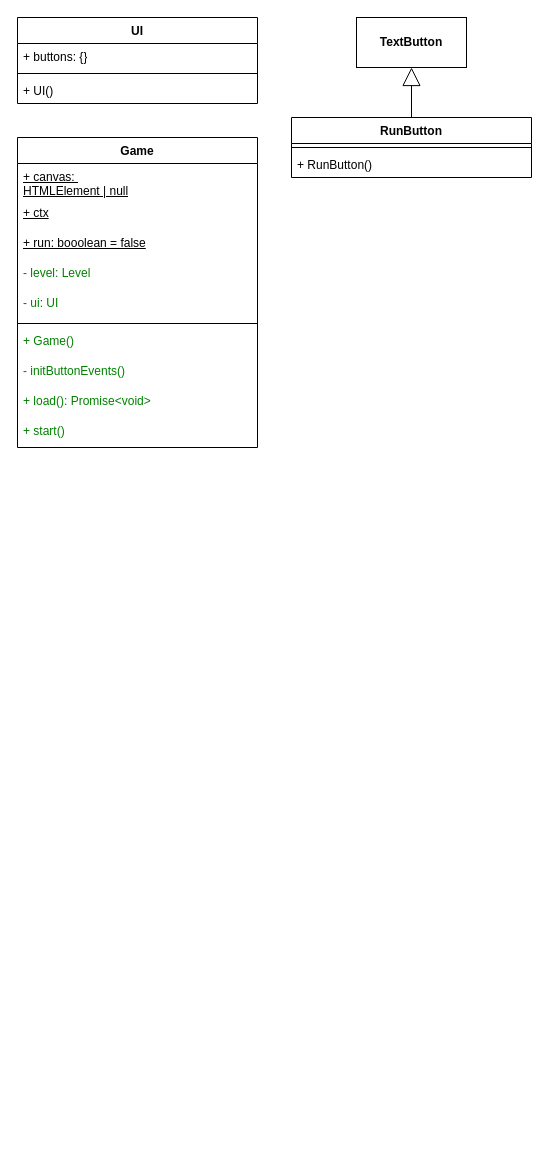
elma1989/el-pollo-loco keeps this draw.io diagram as docs/issue/122-diagram.drawio. Above is the earlier version. Source tidied: cells renumbered, new cells numbered last; positions are measured from the earlier drawing's top-left corner, leaving out a move shared by most shapes. Both pictures are drawn from the tidied source at 100%, with x=0, y=0 at pixel (17, 17).
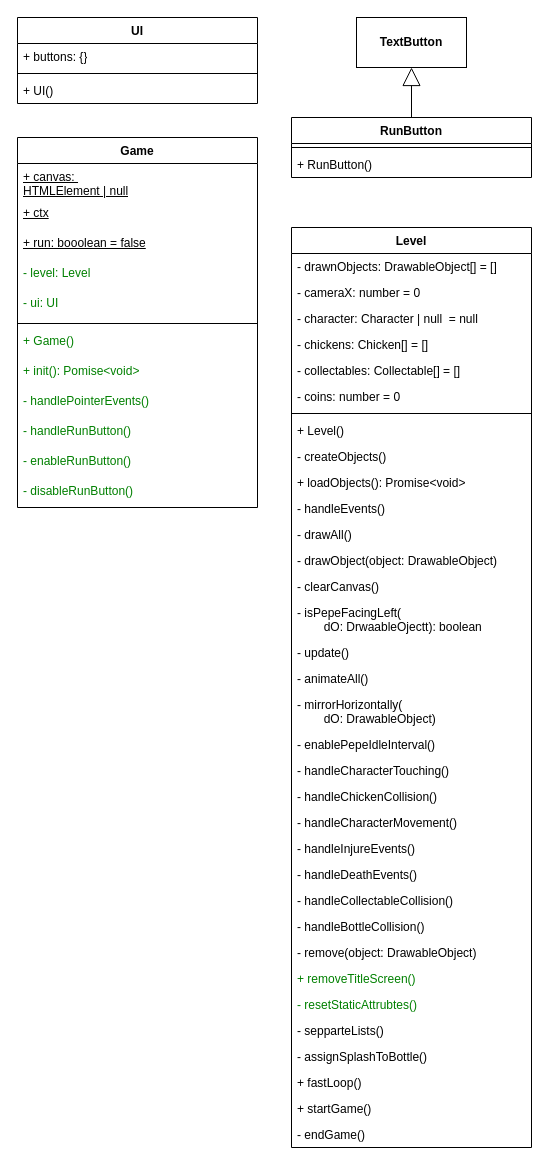
The same page after the edit.

Commit message (it also covers changes not shown here):
doc: Updated isssue 122 - Updated RunButton, Level, Game to current state

What changed in the source:
```diff
@@
     <mxCell id="11" value="Game" style="swimlane;fontStyle=1;align=center;verticalAlign=top;horizontal=1;startSize=26;whiteSpace=wrap;html=1;" parent="1" vertex="1">
-      <mxGeometry y="120" width="240" height="310" as="geometry" />
+      <mxGeometry y="120" width="240" height="370" as="geometry" />
     </mxCell>
@@
-    <mxCell id="19" value="- initButtonEvents()" style="text;strokeColor=none;fillColor=none;align=left;verticalAlign=top;spacingLeft=4;spacingRight=4;overflow=hidden;whiteSpace=wrap;html=1;fontStyle=0;fontColor=light-dark(#008000,#80FF80);" parent="11" vertex="1">
+    <mxCell id="19" value="+ init(): Pomise&amp;lt;void&amp;gt;" style="text;strokeColor=none;fillColor=none;align=left;verticalAlign=top;spacingLeft=4;spacingRight=4;overflow=hidden;whiteSpace=wrap;html=1;fontStyle=0;fontColor=light-dark(#008000,#80FF80);" parent="11" vertex="1">
       <mxGeometry y="220" width="240" height="30" as="geometry" />
     </mxCell>
-    <mxCell id="20" value="+ load(): Promise&amp;lt;void&amp;gt;" style="text;strokeColor=none;fillColor=none;align=left;verticalAlign=top;spacingLeft=4;spacingRight=4;overflow=hidden;whiteSpace=wrap;html=1;fontStyle=0;fontColor=light-dark(#008000,#80FF80);" parent="11" vertex="1">
-      <mxGeometry y="250" width="240" height="30" as="geometry" />
-    </mxCell>
-    <mxCell id="21" value="+ start()" style="text;strokeColor=none;fillColor=none;align=left;verticalAlign=top;spacingLeft=4;spacingRight=4;overflow=hidden;whiteSpace=wrap;html=1;fontStyle=0;fontColor=light-dark(#008000,#80FF80);" parent="11" vertex="1">
-      <mxGeometry y="280" width="240" height="30" as="geometry" />
-    </mxCell>
+    <mxCell id="22" value="- handlePointerEvents()" style="text;strokeColor=none;fillColor=none;align=left;verticalAlign=top;spacingLeft=4;spacingRight=4;overflow=hidden;whiteSpace=wrap;html=1;fontStyle=0;fontColor=light-dark(#008000,#80FF80);" parent="11" vertex="1">
+      <mxGeometry y="250" width="240" height="30" as="geometry" />
+    </mxCell>
+    <mxCell id="23" value="- handleRunButton()" style="text;strokeColor=none;fillColor=none;align=left;verticalAlign=top;spacingLeft=4;spacingRight=4;overflow=hidden;whiteSpace=wrap;html=1;fontStyle=0;fontColor=light-dark(#008000,#80FF80);" parent="11" vertex="1">
+      <mxGeometry y="280" width="240" height="30" as="geometry" />
+    </mxCell>
+    <mxCell id="24" value="- enableRunButton()" style="text;strokeColor=none;fillColor=none;align=left;verticalAlign=top;spacingLeft=4;spacingRight=4;overflow=hidden;whiteSpace=wrap;html=1;fontStyle=0;fontColor=light-dark(#008000,#80FF80);" parent="11" vertex="1">
+      <mxGeometry y="310" width="240" height="30" as="geometry" />
+    </mxCell>
+    <mxCell id="25" value="- disableRunButton()" style="text;strokeColor=none;fillColor=none;align=left;verticalAlign=top;spacingLeft=4;spacingRight=4;overflow=hidden;whiteSpace=wrap;html=1;fontStyle=0;fontColor=light-dark(#008000,#80FF80);" parent="11" vertex="1">
+      <mxGeometry y="340" width="240" height="30" as="geometry" />
+    </mxCell>
+    <mxCell id="26" value="Level" style="swimlane;fontStyle=1;align=center;verticalAlign=top;horizontal=1;startSize=26;whiteSpace=wrap;html=1;" parent="1" vertex="1">
+      <mxGeometry x="274" y="210" width="240" height="920" as="geometry" />
+    </mxCell>
+    <mxCell id="27" value="- drawnObjects: DrawableObject[] = []" style="text;strokeColor=none;fillColor=none;align=left;verticalAlign=top;spacingLeft=4;spacingRight=4;overflow=hidden;whiteSpace=wrap;html=1;" parent="26" vertex="1">
+      <mxGeometry y="26" width="240" height="26" as="geometry" />
+    </mxCell>
+    <mxCell id="28" value="- cameraX: number = 0" style="text;strokeColor=none;fillColor=none;align=left;verticalAlign=top;spacingLeft=4;spacingRight=4;overflow=hidden;whiteSpace=wrap;html=1;" parent="26" vertex="1">
+      <mxGeometry y="52" width="240" height="26" as="geometry" />
+    </mxCell>
+    <mxCell id="29" value="- character: Character | null&amp;nbsp; = null" style="text;strokeColor=none;fillColor=none;align=left;verticalAlign=top;spacingLeft=4;spacingRight=4;overflow=hidden;whiteSpace=wrap;html=1;" parent="26" vertex="1">
+      <mxGeometry y="78" width="240" height="26" as="geometry" />
+    </mxCell>
+    <mxCell id="30" value="- chickens: Chicken[] = []" style="text;strokeColor=none;fillColor=none;align=left;verticalAlign=top;spacingLeft=4;spacingRight=4;overflow=hidden;whiteSpace=wrap;html=1;" parent="26" vertex="1">
+      <mxGeometry y="104" width="240" height="26" as="geometry" />
+    </mxCell>
+    <mxCell id="31" value="- collectables: Collectable[] = []" style="text;strokeColor=none;fillColor=none;align=left;verticalAlign=top;spacingLeft=4;spacingRight=4;overflow=hidden;whiteSpace=wrap;html=1;fontColor=default;" parent="26" vertex="1">
+      <mxGeometry y="130" width="240" height="26" as="geometry" />
+    </mxCell>
+    <mxCell id="32" value="- coins: number = 0" style="text;strokeColor=none;fillColor=none;align=left;verticalAlign=top;spacingLeft=4;spacingRight=4;overflow=hidden;whiteSpace=wrap;html=1;fontColor=default;" parent="26" vertex="1">
+      <mxGeometry y="156" width="240" height="26" as="geometry" />
+    </mxCell>
+    <mxCell id="33" style="line;strokeWidth=1;fillColor=none;align=left;verticalAlign=middle;spacingTop=-1;spacingLeft=3;spacingRight=3;labelPosition=right;strokeColor=inherit;" parent="26" vertex="1">
+      <mxGeometry y="182" width="240" height="8" as="geometry" />
+    </mxCell>
+    <mxCell id="34" value="+ Level()" style="text;strokeColor=none;fillColor=none;align=left;verticalAlign=top;spacingLeft=4;spacingRight=4;overflow=hidden;whiteSpace=wrap;html=1;" parent="26" vertex="1">
+      <mxGeometry y="190" width="240" height="26" as="geometry" />
+    </mxCell>
+    <mxCell id="35" value="- createObjects()" style="text;strokeColor=none;fillColor=none;align=left;verticalAlign=top;spacingLeft=4;spacingRight=4;overflow=hidden;whiteSpace=wrap;html=1;" parent="26" vertex="1">
+      <mxGeometry y="216" width="240" height="26" as="geometry" />
+    </mxCell>
+    <mxCell id="36" value="+ loadObjects(): Promise&amp;lt;void&amp;gt;" style="text;strokeColor=none;fillColor=none;align=left;verticalAlign=top;spacingLeft=4;spacingRight=4;overflow=hidden;whiteSpace=wrap;html=1;" parent="26" vertex="1">
+      <mxGeometry y="242" width="240" height="26" as="geometry" />
+    </mxCell>
+    <mxCell id="37" value="- handleEvents()" style="text;strokeColor=none;fillColor=none;align=left;verticalAlign=top;spacingLeft=4;spacingRight=4;overflow=hidden;whiteSpace=wrap;html=1;fontColor=default;" parent="26" vertex="1">
+      <mxGeometry y="268" width="240" height="26" as="geometry" />
+    </mxCell>
+    <mxCell id="38" value="- drawAll()" style="text;strokeColor=none;fillColor=none;align=left;verticalAlign=top;spacingLeft=4;spacingRight=4;overflow=hidden;whiteSpace=wrap;html=1;" parent="26" vertex="1">
+      <mxGeometry y="294" width="240" height="26" as="geometry" />
+    </mxCell>
+    <mxCell id="39" value="- drawObject(object: DrawableObject)" style="text;strokeColor=none;fillColor=none;align=left;verticalAlign=top;spacingLeft=4;spacingRight=4;overflow=hidden;whiteSpace=wrap;html=1;fontColor=default;" parent="26" vertex="1">
+      <mxGeometry y="320" width="240" height="26" as="geometry" />
+    </mxCell>
+    <mxCell id="40" value="- clearCanvas()" style="text;align=left;verticalAlign=top;spacingLeft=4;spacingRight=4;overflow=hidden;whiteSpace=wrap;html=1;" parent="26" vertex="1">
+      <mxGeometry y="346" width="240" height="26" as="geometry" />
+    </mxCell>
+    <mxCell id="41" value="- isPepeFacingLeft(&lt;div&gt;&lt;span style=&quot;white-space: pre;&quot;&gt;&#9;&lt;/span&gt;dO: DrwaableOjectt): boolean&lt;/div&gt;" style="text;strokeColor=none;fillColor=none;align=left;verticalAlign=top;spacingLeft=4;spacingRight=4;overflow=hidden;whiteSpace=wrap;html=1;" parent="26" vertex="1">
+      <mxGeometry y="372" width="240" height="40" as="geometry" />
+    </mxCell>
+    <mxCell id="42" value="- update()" style="text;strokeColor=none;fillColor=none;align=left;verticalAlign=top;spacingLeft=4;spacingRight=4;overflow=hidden;whiteSpace=wrap;html=1;" parent="26" vertex="1">
+      <mxGeometry y="412" width="240" height="26" as="geometry" />
+    </mxCell>
+    <mxCell id="43" value="- animateAll()" style="text;strokeColor=none;fillColor=none;align=left;verticalAlign=top;spacingLeft=4;spacingRight=4;overflow=hidden;whiteSpace=wrap;html=1;" parent="26" vertex="1">
+      <mxGeometry y="438" width="240" height="26" as="geometry" />
+    </mxCell>
+    <mxCell id="44" value="- mirrorHorizontally(&lt;div&gt;&lt;span style=&quot;white-space: pre;&quot;&gt;&#9;&lt;/span&gt;dO: DrawableObject)&lt;/div&gt;" style="text;strokeColor=none;fillColor=none;align=left;verticalAlign=top;spacingLeft=4;spacingRight=4;overflow=hidden;whiteSpace=wrap;html=1;" parent="26" vertex="1">
+      <mxGeometry y="464" width="240" height="40" as="geometry" />
+    </mxCell>
+    <mxCell id="45" value="- enablePepeIdleInterval()" style="text;strokeColor=none;fillColor=none;align=left;verticalAlign=top;spacingLeft=4;spacingRight=4;overflow=hidden;whiteSpace=wrap;html=1;" parent="26" vertex="1">
+      <mxGeometry y="504" width="240" height="26" as="geometry" />
+    </mxCell>
+    <mxCell id="46" value="- handleCharacterTouching()" style="text;strokeColor=none;fillColor=none;align=left;verticalAlign=top;spacingLeft=4;spacingRight=4;overflow=hidden;whiteSpace=wrap;html=1;" parent="26" vertex="1">
+      <mxGeometry y="530" width="240" height="26" as="geometry" />
+    </mxCell>
+    <mxCell id="47" value="- handleChickenCollision()" style="text;strokeColor=none;fillColor=none;align=left;verticalAlign=top;spacingLeft=4;spacingRight=4;overflow=hidden;whiteSpace=wrap;html=1;fontColor=default;" parent="26" vertex="1">
+      <mxGeometry y="556" width="240" height="26" as="geometry" />
+    </mxCell>
+    <mxCell id="48" value="- handleCharacterMovement()" style="text;strokeColor=none;fillColor=none;align=left;verticalAlign=top;spacingLeft=4;spacingRight=4;overflow=hidden;whiteSpace=wrap;html=1;fontColor=default;" parent="26" vertex="1">
+      <mxGeometry y="582" width="240" height="26" as="geometry" />
+    </mxCell>
+    <mxCell id="49" value="- handleInjureEvents()" style="text;strokeColor=none;fillColor=none;align=left;verticalAlign=top;spacingLeft=4;spacingRight=4;overflow=hidden;whiteSpace=wrap;html=1;fontColor=default;" parent="26" vertex="1">
+      <mxGeometry y="608" width="240" height="26" as="geometry" />
+    </mxCell>
+    <mxCell id="50" value="- handleDeathEvents()" style="text;strokeColor=none;fillColor=none;align=left;verticalAlign=top;spacingLeft=4;spacingRight=4;overflow=hidden;whiteSpace=wrap;html=1;fontColor=default;" parent="26" vertex="1">
+      <mxGeometry y="634" width="240" height="26" as="geometry" />
+    </mxCell>
+    <mxCell id="51" value="- handleCollectableCollision()" style="text;strokeColor=none;fillColor=none;align=left;verticalAlign=top;spacingLeft=4;spacingRight=4;overflow=hidden;whiteSpace=wrap;html=1;fontColor=default;" parent="26" vertex="1">
+      <mxGeometry y="660" width="240" height="26" as="geometry" />
+    </mxCell>
+    <mxCell id="52" value="- handleBottleCollision()" style="text;strokeColor=none;fillColor=none;align=left;verticalAlign=top;spacingLeft=4;spacingRight=4;overflow=hidden;whiteSpace=wrap;html=1;fontColor=default;" parent="26" vertex="1">
+      <mxGeometry y="686" width="240" height="26" as="geometry" />
+    </mxCell>
+    <mxCell id="53" value="- remove(object: DrawableObject)" style="text;strokeColor=none;fillColor=none;align=left;verticalAlign=top;spacingLeft=4;spacingRight=4;overflow=hidden;whiteSpace=wrap;html=1;fontColor=default;" parent="26" vertex="1">
+      <mxGeometry y="712" width="240" height="26" as="geometry" />
+    </mxCell>
+    <mxCell id="54" value="+ removeTitleScreen()" style="text;strokeColor=none;fillColor=none;align=left;verticalAlign=top;spacingLeft=4;spacingRight=4;overflow=hidden;whiteSpace=wrap;html=1;fontColor=light-dark(#008000,#80FF80);" parent="26" vertex="1">
+      <mxGeometry y="738" width="240" height="26" as="geometry" />
+    </mxCell>
+    <mxCell id="55" value="- resetStaticAttrubtes()" style="text;strokeColor=none;fillColor=none;align=left;verticalAlign=top;spacingLeft=4;spacingRight=4;overflow=hidden;whiteSpace=wrap;html=1;fontColor=light-dark(#008000,#80FF80);" parent="26" vertex="1">
+      <mxGeometry y="764" width="240" height="26" as="geometry" />
+    </mxCell>
+    <mxCell id="56" value="- sepparteLists()" style="text;strokeColor=none;fillColor=none;align=left;verticalAlign=top;spacingLeft=4;spacingRight=4;overflow=hidden;whiteSpace=wrap;html=1;fontColor=default;" parent="26" vertex="1">
+      <mxGeometry y="790" width="240" height="26" as="geometry" />
+    </mxCell>
+    <mxCell id="57" value="- assignSplashToBottle()" style="text;strokeColor=none;fillColor=none;align=left;verticalAlign=top;spacingLeft=4;spacingRight=4;overflow=hidden;whiteSpace=wrap;html=1;fontColor=default;" parent="26" vertex="1">
+      <mxGeometry y="816" width="240" height="26" as="geometry" />
+    </mxCell>
+    <mxCell id="58" value="+ fastLoop()" style="text;strokeColor=none;fillColor=none;align=left;verticalAlign=top;spacingLeft=4;spacingRight=4;overflow=hidden;whiteSpace=wrap;html=1;fontColor=default;" parent="26" vertex="1">
+      <mxGeometry y="842" width="240" height="26" as="geometry" />
+    </mxCell>
+    <mxCell id="59" value="+ startGame()" style="text;strokeColor=none;fillColor=none;align=left;verticalAlign=top;spacingLeft=4;spacingRight=4;overflow=hidden;whiteSpace=wrap;html=1;" parent="26" vertex="1">
+      <mxGeometry y="868" width="240" height="26" as="geometry" />
+    </mxCell>
+    <mxCell id="60" value="- endGame()" style="text;strokeColor=none;fillColor=none;align=left;verticalAlign=top;spacingLeft=4;spacingRight=4;overflow=hidden;whiteSpace=wrap;html=1;fontColor=default;" parent="26" vertex="1">
+      <mxGeometry y="894" width="240" height="26" as="geometry" />
+    </mxCell>
```
